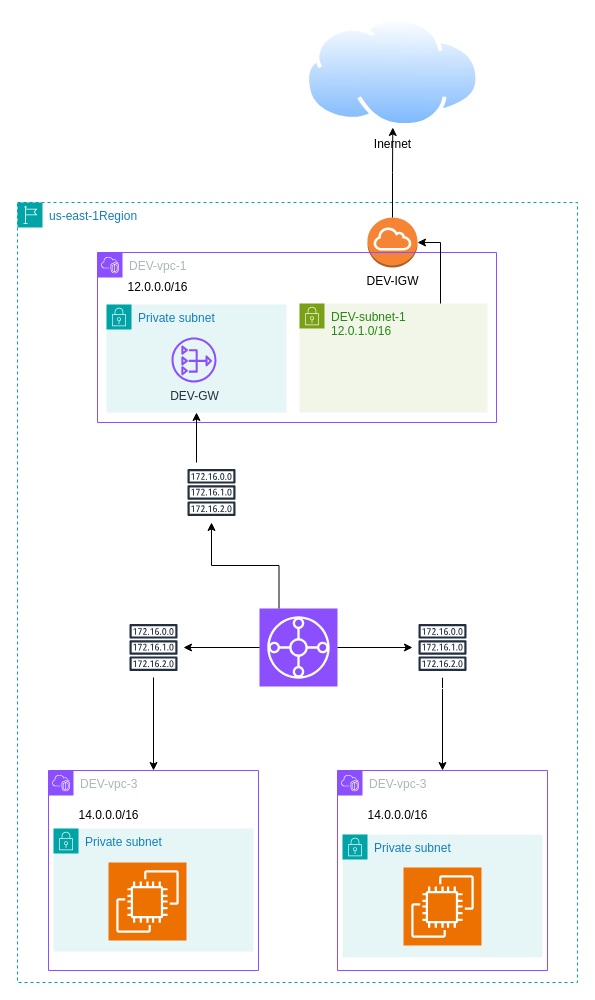
The draw.io diagram AWS_Demo/04-Article-TransitGateway/TransitGateway-demo-2.drawio in Mohamed-Eleraki/terraform, before the edit. Source tidied: cells renumbered, new cells numbered last; positions are measured from the earlier drawing's top-left corner, leaving out a move shared by most shapes. Both pictures are drawn from the tidied source at 100%, with x=0, y=0 at pixel (17, 17).
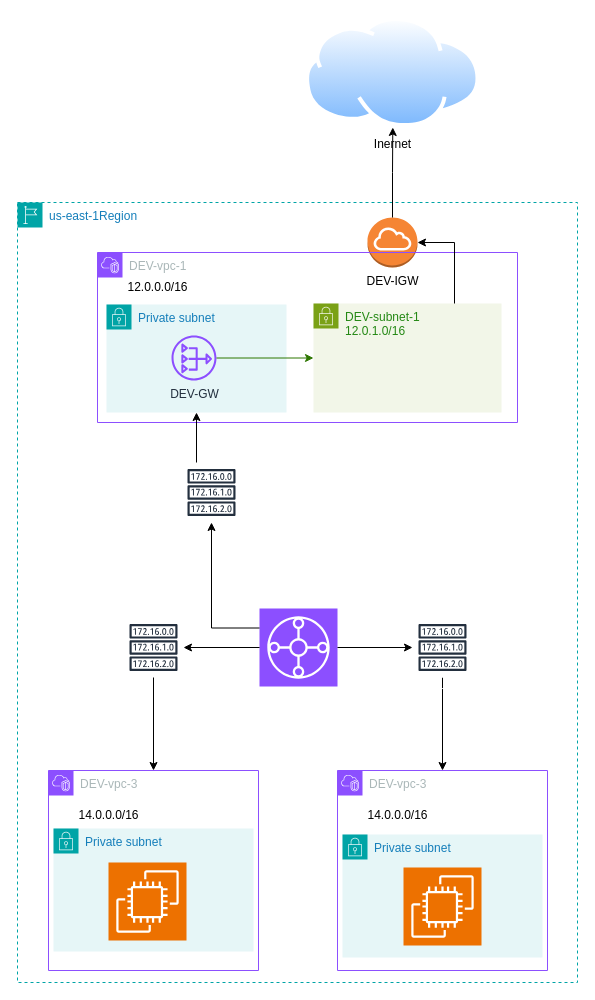
Above is the later version.

Commit message (it also covers changes not shown here):
update the second digram

Unchanged cells that the change refers to:
```xml
<mxCell id="2" value="us-east-1Region" style="gradientColor=none;html=1;whiteSpace=wrap;fontSize=12;fontStyle=0;shape=mxgraph.aws4.group;grIcon=mxgraph.aws4.group_region;strokeColor=#00A4A6;fillColor=none;verticalAlign=top;align=left;spacingLeft=30;fontColor=#147EBA;dashed=1;" parent="1" vertex="1">
  <mxGeometry y="185" width="560" height="780" as="geometry" />
</mxCell>
<mxCell id="8" value="&lt;font color=&quot;#ffffff&quot;&gt;DEV-TGW&lt;/font&gt;" style="sketch=0;points=[[0,0,0],[0.25,0,0],[0.5,0,0],[0.75,0,0],[1,0,0],[0,1,0],[0.25,1,0],[0.5,1,0],[0.75,1,0],[1,1,0],[0,0.25,0],[0,0.5,0],[0,0.75,0],[1,0.25,0],[1,0.5,0],[1,0.75,0]];outlineConnect=0;fontColor=#232F3E;fillColor=#8C4FFF;strokeColor=#ffffff;dashed=0;verticalLabelPosition=bottom;verticalAlign=top;align=center;html=1;fontSize=12;fontStyle=0;shape=mxgraph.aws4.resourceIcon;resIcon=mxgraph.aws4.transit_gateway;" parent="2" vertex="1">
  <mxGeometry x="242" y="406" width="78" height="78" as="geometry" />
</mxCell>
<mxCell id="17" value="&lt;font color=&quot;#ffffff&quot;&gt;Attachment&amp;nbsp; &amp;amp;&lt;br&gt;&amp;nbsp;Attachment Route table&lt;/font&gt;" style="sketch=0;outlineConnect=0;fontColor=#232F3E;gradientColor=none;strokeColor=#232F3E;fillColor=#ffffff;dashed=0;verticalLabelPosition=bottom;verticalAlign=top;align=center;html=1;fontSize=12;fontStyle=0;shape=mxgraph.aws4.resourceIcon;resIcon=mxgraph.aws4.route_table;" parent="2" vertex="1">
  <mxGeometry x="164" y="260" width="60" height="60" as="geometry" />
</mxCell>
<mxCell id="22" value="Private subnet" style="points=[[0,0],[0.25,0],[0.5,0],[0.75,0],[1,0],[1,0.25],[1,0.5],[1,0.75],[1,1],[0.75,1],[0.5,1],[0.25,1],[0,1],[0,0.75],[0,0.5],[0,0.25]];outlineConnect=0;gradientColor=none;html=1;whiteSpace=wrap;fontSize=12;fontStyle=0;shape=mxgraph.aws4.group;grIcon=mxgraph.aws4.group_security_group;grStroke=0;strokeColor=#00A4A6;fillColor=#E6F6F7;verticalAlign=top;align=left;spacingLeft=30;fontColor=#147EBA;dashed=0;" parent="2" vertex="1">
  <mxGeometry x="89" y="102" width="180" height="108" as="geometry" />
</mxCell>
```

What changed in the source:
```diff
@@
-    <mxCell id="18" style="edgeStyle=orthogonalEdgeStyle;rounded=0;jettySize=auto;html=1;exitX=0.25;exitY=0;exitDx=0;exitDy=0;exitPerimeter=0;entryX=0.5;entryY=1;entryDx=0;entryDy=0;" parent="2" edge="1" source="8" target="17">
+    <mxCell id="18" style="edgeStyle=orthogonalEdgeStyle;rounded=0;jettySize=auto;html=1;exitX=0;exitY=0.25;exitDx=0;exitDy=0;exitPerimeter=0;entryX=0.5;entryY=1;entryDx=0;entryDy=0;" parent="2" edge="1" source="8" target="17">
       <mxGeometry relative="1" as="geometry" />
     </mxCell>
     <mxCell id="19" value="DEV-vpc-1" style="gradientColor=none;html=1;whiteSpace=wrap;fontSize=12;fontStyle=0;shape=mxgraph.aws4.group;grIcon=mxgraph.aws4.group_vpc2;strokeColor=#8C4FFF;fillColor=none;verticalAlign=top;align=left;spacingLeft=30;fontColor=#AAB7B8;dashed=0;" parent="2" vertex="1">
-      <mxGeometry x="80" y="50" width="399" height="170" as="geometry" />
+      <mxGeometry x="80" y="50" width="420" height="170" as="geometry" />
     </mxCell>
     <mxCell id="20" value="DEV-subnet-1&lt;br&gt;12.0.1.0/16" style="points=[[0,0],[0.25,0],[0.5,0],[0.75,0],[1,0],[1,0.25],[1,0.5],[1,0.75],[1,1],[0.75,1],[0.5,1],[0.25,1],[0,1],[0,0.75],[0,0.5],[0,0.25]];outlineConnect=0;gradientColor=none;html=1;whiteSpace=wrap;fontSize=12;fontStyle=0;shape=mxgraph.aws4.group;grIcon=mxgraph.aws4.group_security_group;grStroke=0;strokeColor=#7AA116;fillColor=#F2F6E8;verticalAlign=top;align=left;spacingLeft=30;fontColor=#248814;dashed=0;" parent="19" vertex="1">
-      <mxGeometry x="202" y="51" width="188" height="109" as="geometry" />
+      <mxGeometry x="216" y="51" width="188" height="109" as="geometry" />
     </mxCell>
@@
     <mxCell id="23" value="DEV-GW" style="sketch=0;outlineConnect=0;fontColor=#232F3E;gradientColor=none;fillColor=#8C4FFF;strokeColor=none;dashed=0;verticalLabelPosition=bottom;verticalAlign=top;align=center;html=1;fontSize=12;fontStyle=0;shape=mxgraph.aws4.nat_gateway;" parent="22" vertex="1">
-      <mxGeometry x="65" y="33" width="45" height="45" as="geometry" />
+      <mxGeometry x="65" y="31" width="45" height="45" as="geometry" />
     </mxCell>
@@
+    <mxCell id="30" style="edgeStyle=orthogonalEdgeStyle;rounded=0;jettySize=auto;html=1;strokeColor=#2D7600;fillColor=#60a917;" parent="2" edge="1" source="23" target="20">
+      <mxGeometry relative="1" as="geometry" />
+    </mxCell>
```
